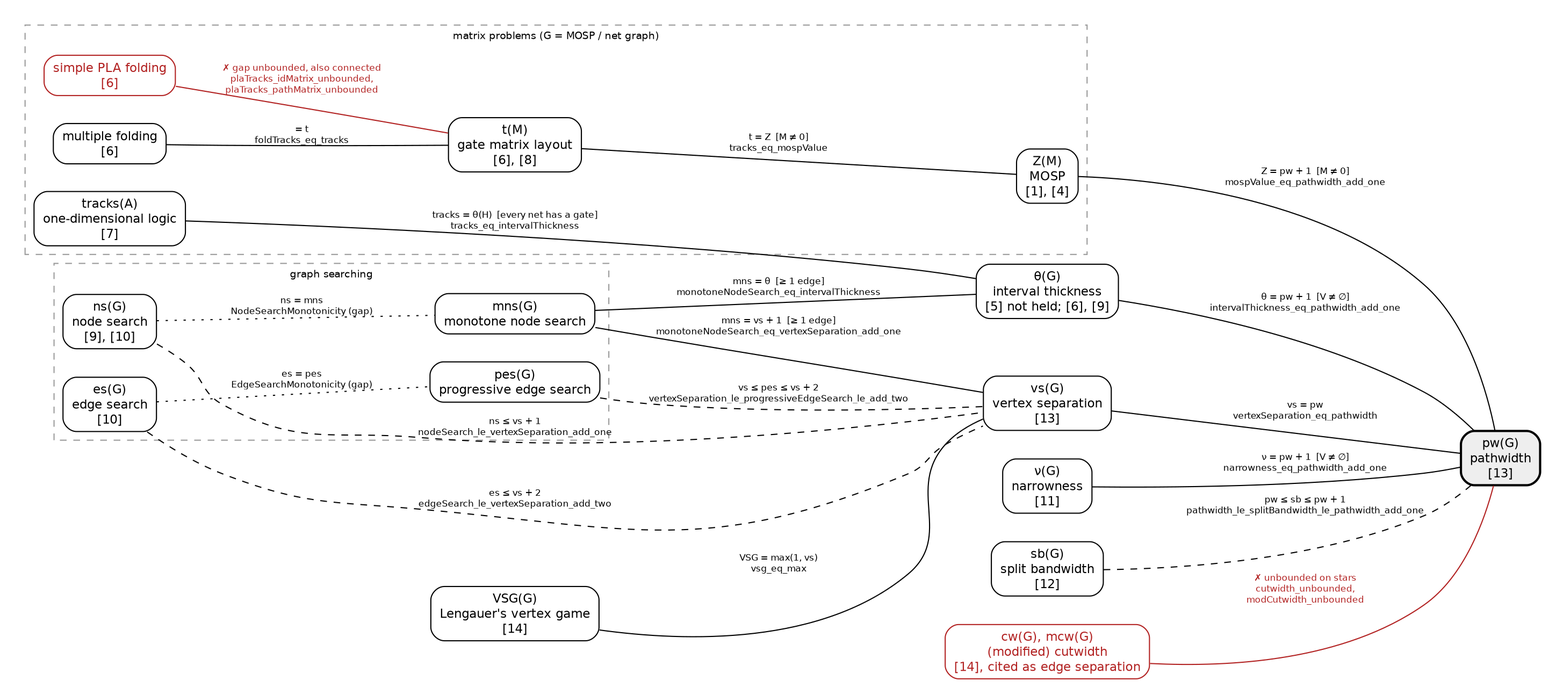
Before: paper2/figures/equivalence_chain.png, a diagram exported from Graphviz (Alex-Linhares/MOSP_trough_SAT). Its source is kept beside it as paper2/figures/equivalence_chain.dot. The source it was exported from:
```dot
graph chain {
  graph [rankdir=LR, fontname="Helvetica", fontsize=11, nodesep=0.35, ranksep=0.9, pad=0.2];
  node  [shape=box, style="rounded", fontname="Helvetica", fontsize=11];
  edge  [fontname="Helvetica", fontsize=8];

  PW  [label="pw(G)\npathwidth\n[13]", style="rounded,bold,filled", fillcolor="#eeeeee"];
  VS  [label="vs(G)\nvertex separation\n[13]"];

  subgraph cluster_matrix {
    label="matrix problems (G = MOSP / net graph)"; fontname="Helvetica"; fontsize=9; style=dashed; color="#999999";
    Z   [label="Z(M)\nMOSP\n[1], [4]"];
    T   [label="t(M)\ngate matrix layout\n[6], [8]"];
    L   [label="tracks(A)\none-dimensional logic\n[7]"];
    MF  [label="multiple folding\n[6]"];
    PLA [label="simple PLA folding\n[6]", color="#b22222", fontcolor="#b22222"];
  }

  subgraph cluster_search {
    label="graph searching"; fontname="Helvetica"; fontsize=9; style=dashed; color="#999999";
    MNS [label="mns(G)\nmonotone node search"];
    NS  [label="ns(G)\nnode search\n[9], [10]"];
    PES [label="pes(G)\nprogressive edge search"];
    ES  [label="es(G)\nedge search\n[10]"];
  }

  TH  [label="θ(G)\ninterval thickness\n[5] not held; [6], [9]"];
  NU  [label="ν(G)\nnarrowness\n[11]"];
  SB  [label="sb(G)\nsplit bandwidth\n[12]"];
  VSG [label="VSG(G)\nLengauer's vertex game\n[14]"];
  CW  [label="cw(G), mcw(G)\n(modified) cutwidth\n[14], cited as edge separation", color="#b22222", fontcolor="#b22222"];

  VS  -- PW  [label="vs = pw\nvertexSeparation_eq_pathwidth"];
  Z   -- PW  [label="Z = pw + 1  [M ≠ 0]\nmospValue_eq_pathwidth_add_one"];
  T   -- Z   [label="t = Z  [M ≠ 0]\ntracks_eq_mospValue"];
  L   -- TH  [label="tracks = θ(H)  [every net has a gate]\ntracks_eq_intervalThickness"];
  MF  -- T   [label="= t\nfoldTracks_eq_tracks"];
  TH  -- PW  [label="θ = pw + 1  [V ≠ ∅]\nintervalThickness_eq_pathwidth_add_one"];
  NU  -- PW  [label="ν = pw + 1  [V ≠ ∅]\nnarrowness_eq_pathwidth_add_one"];
  MNS -- VS  [label="mns = vs + 1  [≥ 1 edge]\nmonotoneNodeSearch_eq_vertexSeparation_add_one"];
  MNS -- TH  [label="mns = θ  [≥ 1 edge]\nmonotoneNodeSearch_eq_intervalThickness"];
  VSG -- VS  [label="VSG = max(1, vs)\nvsg_eq_max"];

  SB  -- PW  [style=dashed, label="pw ≤ sb ≤ pw + 1\npathwidth_le_splitBandwidth_le_pathwidth_add_one"];
  PES -- VS  [style=dashed, label="vs ≤ pes ≤ vs + 2\nvertexSeparation_le_progressiveEdgeSearch_le_add_two"];
  ES  -- VS  [style=dashed, label="es ≤ vs + 2\nedgeSearch_le_vertexSeparation_add_two"];
  NS  -- VS  [style=dashed, label="ns ≤ vs + 1\nnodeSearch_le_vertexSeparation_add_one"];

  NS  -- MNS [style=dotted, label="ns = mns\nNodeSearchMonotonicity (gap)"];
  ES  -- PES [style=dotted, label="es = pes\nEdgeSearchMonotonicity (gap)"];

  PLA -- T   [color="#b22222", fontcolor="#b22222", label="✗ gap unbounded, also connected\nplaTracks_idMatrix_unbounded,\nplaTracks_pathMatrix_unbounded"];
  CW  -- PW  [color="#b22222", fontcolor="#b22222", label="✗ unbounded on stars\ncutwidth_unbounded,\nmodCutwidth_unbounded"];
}
```
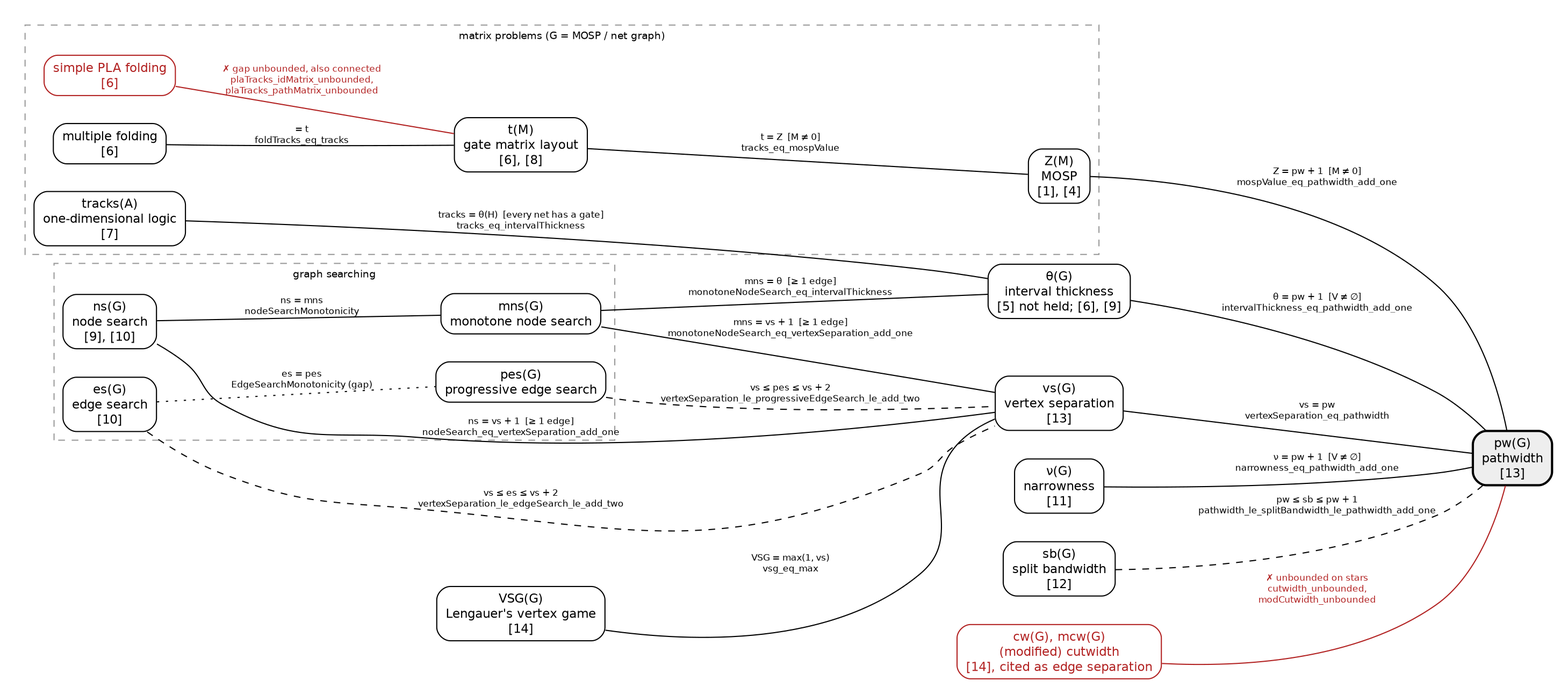
After the commit.

What changed in the source:
```diff
@@ -42,10 +42,11 @@
 
   SB  -- PW  [style=dashed, label="pw ≤ sb ≤ pw + 1\npathwidth_le_splitBandwidth_le_pathwidth_add_one"];
   PES -- VS  [style=dashed, label="vs ≤ pes ≤ vs + 2\nvertexSeparation_le_progressiveEdgeSearch_le_add_two"];
-  ES  -- VS  [style=dashed, label="es ≤ vs + 2\nedgeSearch_le_vertexSeparation_add_two"];
-  NS  -- VS  [style=dashed, label="ns ≤ vs + 1\nnodeSearch_le_vertexSeparation_add_one"];
+  ES  -- VS  [style=dashed, label="vs ≤ es ≤ vs + 2\nvertexSeparation_le_edgeSearch_le_add_two"];
 
-  NS  -- MNS [style=dotted, label="ns = mns\nNodeSearchMonotonicity (gap)"];
+  NS  -- MNS [label="ns = mns\nnodeSearchMonotonicity"];
+  NS  -- VS  [label="ns = vs + 1  [≥ 1 edge]\nnodeSearch_eq_vertexSeparation_add_one"];
+
   ES  -- PES [style=dotted, label="es = pes\nEdgeSearchMonotonicity (gap)"];
 
   PLA -- T   [color="#b22222", fontcolor="#b22222", label="✗ gap unbounded, also connected\nplaTracks_idMatrix_unbounded,\nplaTracks_pathMatrix_unbounded"];
```
